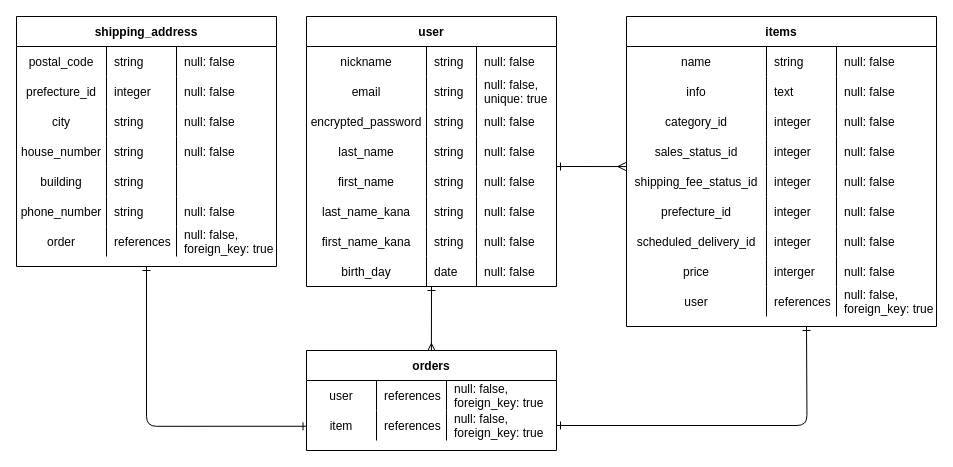
Before: er.dio in mijinko-j/furima-37463, a draw.io diagram. Source tidied: cells renumbered, new cells numbered last; positions are measured from the earlier drawing's top-left corner, leaving out a move shared by most shapes. Both pictures are drawn from the tidied source at 100%, with x=0, y=0 at pixel (16, 16).
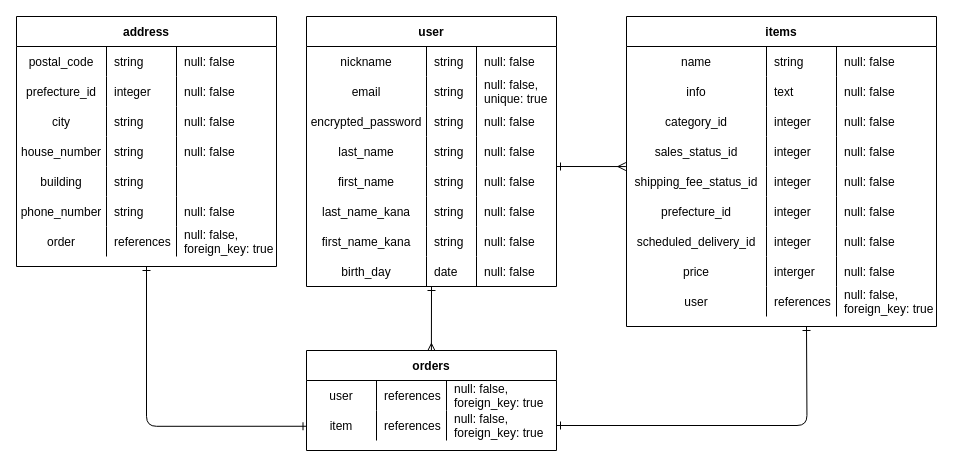
The same diagram, later.

What changed in the source:
```diff
@@
-    <mxCell id="84" value="shipping_address" style="shape=table;startSize=30;childLayout=tableLayout;rowLines=0;fontStyle=1;align=center;labelBorderColor=none;" parent="1" vertex="1">
+    <mxCell id="84" value="address" style="shape=table;startSize=30;childLayout=tableLayout;rowLines=0;fontStyle=1;align=center;labelBorderColor=none;" parent="1" vertex="1">
       <mxGeometry width="260" height="250" as="geometry" />
     </mxCell>
```
